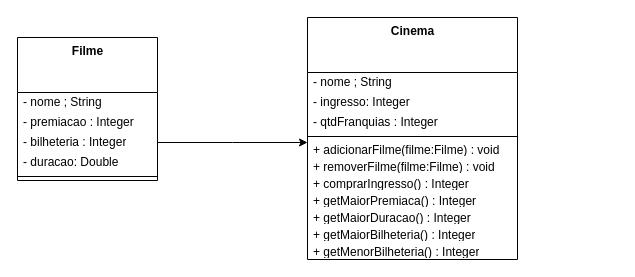
The draw.io diagram Untitled Diagram.drawio in brenopadovani/meu-primeiro-repositolio, before the edit. Source tidied: cells renumbered, new cells numbered last; positions are measured from the earlier drawing's top-left corner, leaving out a move shared by most shapes. Both pictures are drawn from the tidied source at 100%, with x=0, y=0 at pixel (17, 17).
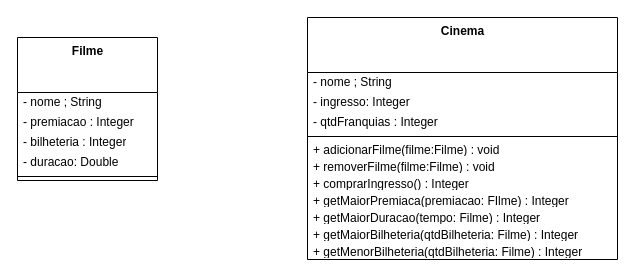
The same page after the edit.

Commit message:
Diagrama de tela final.drawio

Unchanged cells that the change refers to:
```xml
<mxCell id="5" value="- bilheteria : Integer" style="text;html=1;strokeColor=none;fillColor=none;align=left;verticalAlign=middle;spacingLeft=4;spacingRight=4;overflow=hidden;points=[[0,0.5],[1,0.5]];portConstraint=eastwest;" parent="2" vertex="1">
  <mxGeometry y="95" width="140" height="20" as="geometry" />
</mxCell>
```

Change to the diagram source:
```diff
@@
     <mxCell id="8" value="&lt;b&gt;Cinema&lt;/b&gt;" style="swimlane;fontStyle=0;align=center;verticalAlign=top;horizontal=1;startSize=55;html=1;" parent="1" vertex="1">
-      <mxGeometry x="290" width="210" height="242" as="geometry" />
+      <mxGeometry x="290" width="310" height="242" as="geometry" />
     </mxCell>
     <mxCell id="9" value="- nome ; String" style="text;html=1;strokeColor=none;fillColor=none;align=left;verticalAlign=middle;spacingLeft=4;spacingRight=4;overflow=hidden;" parent="8" vertex="1">
-      <mxGeometry y="55" width="210" height="20" as="geometry" />
+      <mxGeometry y="55" width="310" height="20" as="geometry" />
     </mxCell>
     <mxCell id="10" value="- ingresso: Integer&lt;span style=&quot;white-space: pre&quot;&gt; &lt;/span&gt;" style="text;html=1;strokeColor=none;fillColor=none;align=left;verticalAlign=middle;spacingLeft=4;spacingRight=4;overflow=hidden;" parent="8" vertex="1">
-      <mxGeometry y="75" width="210" height="20" as="geometry" />
+      <mxGeometry y="75" width="310" height="20" as="geometry" />
     </mxCell>
     <mxCell id="11" value="- qtdFranquias : Integer" style="text;html=1;strokeColor=none;fillColor=none;align=left;verticalAlign=middle;spacingLeft=4;spacingRight=4;overflow=hidden;" parent="8" vertex="1">
-      <mxGeometry y="95" width="210" height="20" as="geometry" />
+      <mxGeometry y="95" width="310" height="20" as="geometry" />
     </mxCell>
     <mxCell id="12" style="line;strokeWidth=1;fillColor=none;align=left;verticalAlign=middle;spacingTop=-1;spacingLeft=3;spacingRight=3;labelPosition=right;" parent="8" vertex="1">
-      <mxGeometry y="115" width="210" height="8" as="geometry" />
+      <mxGeometry y="115" width="310" height="8" as="geometry" />
     </mxCell>
     <mxCell id="13" value="+ adicionarFilme(filme:Filme) : void" style="text;html=1;strokeColor=none;fillColor=none;align=left;verticalAlign=middle;spacingLeft=4;spacingRight=4;overflow=hidden;" parent="8" vertex="1">
-      <mxGeometry y="123" width="210" height="17" as="geometry" />
+      <mxGeometry y="123" width="310" height="17" as="geometry" />
     </mxCell>
     <mxCell id="14" value="+ removerFilme(filme:Filme) : void" style="text;html=1;strokeColor=none;fillColor=none;align=left;verticalAlign=middle;spacingLeft=4;spacingRight=4;overflow=hidden;" parent="8" vertex="1">
-      <mxGeometry y="140" width="210" height="17" as="geometry" />
+      <mxGeometry y="140" width="310" height="17" as="geometry" />
     </mxCell>
     <mxCell id="15" value="+ comprarIngresso() : Integer" style="text;html=1;strokeColor=none;fillColor=none;align=left;verticalAlign=middle;spacingLeft=4;spacingRight=4;overflow=hidden;" parent="8" vertex="1">
-      <mxGeometry y="157" width="210" height="17" as="geometry" />
+      <mxGeometry y="157" width="310" height="17" as="geometry" />
     </mxCell>
-    <mxCell id="16" value="+ getMaiorPremiaca() : Integer" style="text;html=1;strokeColor=none;fillColor=none;align=left;verticalAlign=middle;spacingLeft=4;spacingRight=4;overflow=hidden;" parent="8" vertex="1">
-      <mxGeometry y="174" width="210" height="17" as="geometry" />
+    <mxCell id="16" value="+ getMaiorPremiaca(premiacao: FIlme) : Integer" style="text;html=1;strokeColor=none;fillColor=none;align=left;verticalAlign=middle;spacingLeft=4;spacingRight=4;overflow=hidden;" parent="8" vertex="1">
+      <mxGeometry y="174" width="310" height="17" as="geometry" />
     </mxCell>
-    <mxCell id="17" value="+ getMaiorDuracao() : Integer" style="text;html=1;strokeColor=none;fillColor=none;align=left;verticalAlign=middle;spacingLeft=4;spacingRight=4;overflow=hidden;" parent="8" vertex="1">
-      <mxGeometry y="191" width="210" height="17" as="geometry" />
+    <mxCell id="17" value="+ getMaiorDuracao(tempo: Filme) : Integer" style="text;html=1;strokeColor=none;fillColor=none;align=left;verticalAlign=middle;spacingLeft=4;spacingRight=4;overflow=hidden;" parent="8" vertex="1">
+      <mxGeometry y="191" width="310" height="17" as="geometry" />
     </mxCell>
-    <mxCell id="18" value="+ getMaiorBilheteria() : Integer" style="text;html=1;strokeColor=none;fillColor=none;align=left;verticalAlign=middle;spacingLeft=4;spacingRight=4;overflow=hidden;" parent="8" vertex="1">
-      <mxGeometry y="208" width="210" height="17" as="geometry" />
+    <mxCell id="18" value="+ getMaiorBilheteria(qtdBilheteria: Filme) : Integer" style="text;html=1;strokeColor=none;fillColor=none;align=left;verticalAlign=middle;spacingLeft=4;spacingRight=4;overflow=hidden;" parent="8" vertex="1">
+      <mxGeometry y="208" width="310" height="17" as="geometry" />
     </mxCell>
-    <mxCell id="19" value="+ getMenorBilheteria() : Integer" style="text;html=1;strokeColor=none;fillColor=none;align=left;verticalAlign=middle;spacingLeft=4;spacingRight=4;overflow=hidden;" parent="8" vertex="1">
-      <mxGeometry y="225" width="210" height="17" as="geometry" />
+    <mxCell id="19" value="+ getMenorBilheteria(qtdBilheteria: Filme) : Integer" style="text;html=1;strokeColor=none;fillColor=none;align=left;verticalAlign=middle;spacingLeft=4;spacingRight=4;overflow=hidden;" parent="8" vertex="1">
+      <mxGeometry y="225" width="310" height="17" as="geometry" />
     </mxCell>
-    <mxCell id="20" style="edgeStyle=orthogonalEdgeStyle;rounded=0;jettySize=auto;html=1;exitX=1;exitY=0.5;exitDx=0;exitDy=0;" parent="1" edge="1" source="5">
-      <mxGeometry relative="1" as="geometry">
-        <mxPoint x="290" y="125" as="targetPoint" />
-      </mxGeometry>
-    </mxCell>
```
